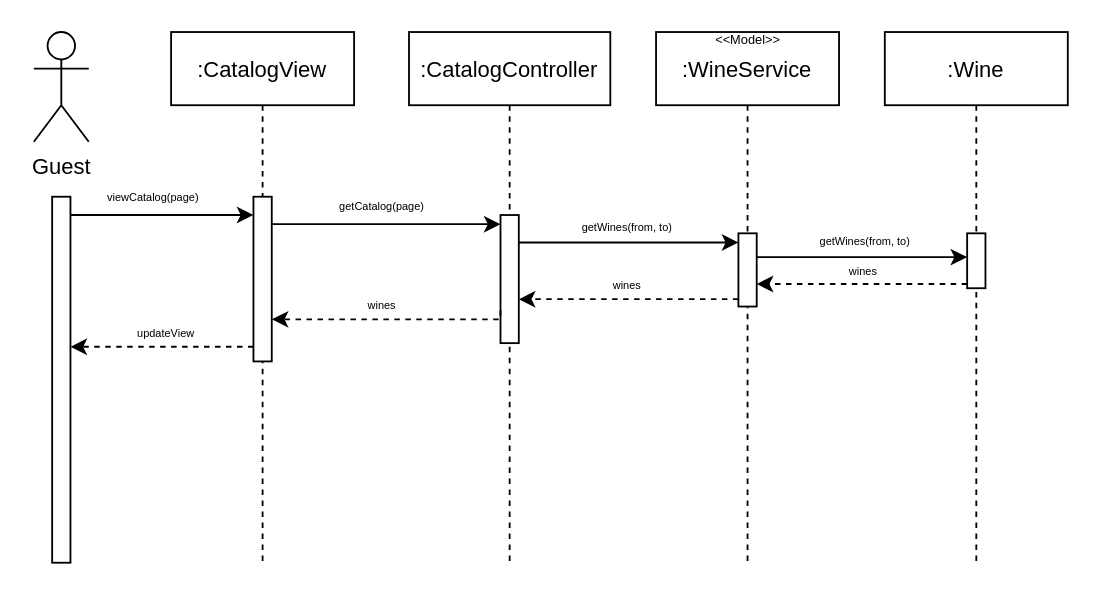
This is page "Catalog" (1 of 3) of Docs/Requirements Analysis/Diagrams/Sequence Diagrams/Catalogo/Winer.Catalogo.drawio from Gprisco/winer-unisa, a draw.io file, before an edit. Source tidied: cells renumbered, new cells numbered last; positions are measured from the earlier drawing's top-left corner, leaving out a move shared by most shapes. Both pictures are drawn from the tidied source at 183%, with x=0, y=0 at pixel (33, 31).
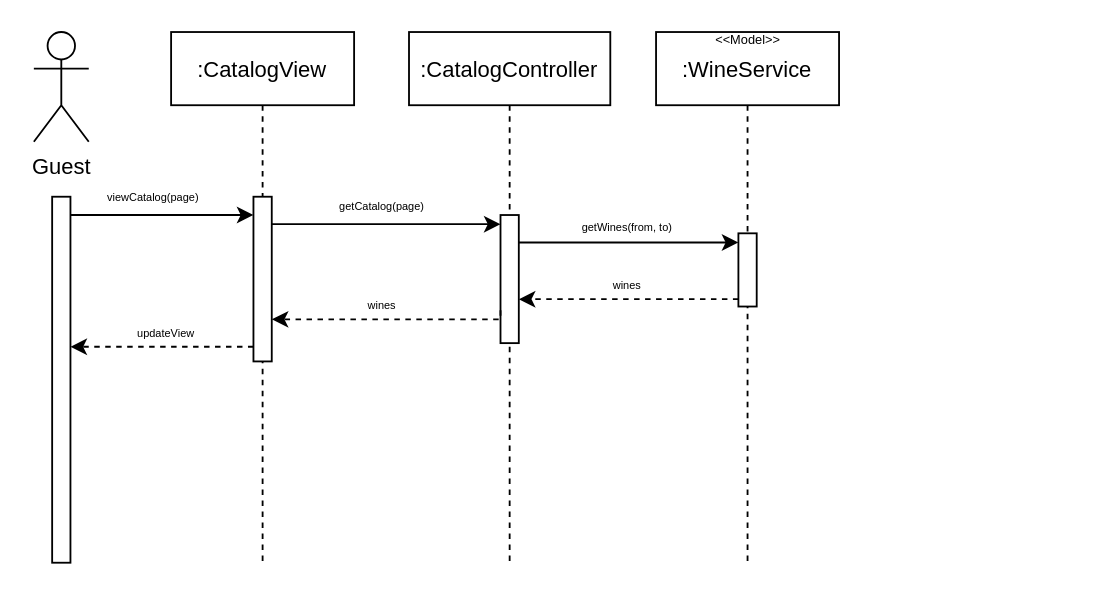
After the change.

Diff of the diagram source:
```diff
@@
-    <mxCell id="23" value=":Wine" style="shape=umlLifeline;perimeter=lifelinePerimeter;rounded=0;shadow=0;strokeWidth=1;" parent="1" vertex="1">
-      <mxGeometry x="465" width="100" height="290" as="geometry" />
-    </mxCell>
-    <mxCell id="24" style="perimeter=orthogonalPerimeter;rounded=0;shadow=0;strokeWidth=1;" parent="23" vertex="1">
-      <mxGeometry x="45" y="110" width="10" height="30" as="geometry" />
-    </mxCell>
-    <mxCell id="25" value="wines" style="text;html=1;align=center;verticalAlign=middle;strokeColor=none;fillColor=none;fontSize=6;" parent="1" vertex="1">
-      <mxGeometry x="438" y="125.7" width="30" height="10" as="geometry" />
-    </mxCell>
-    <mxCell id="26" style="edgeStyle=orthogonalEdgeStyle;rounded=0;orthogonalLoop=1;jettySize=auto;html=1;dashed=1;" parent="1" edge="1">
-      <mxGeometry relative="1" as="geometry">
-        <mxPoint x="510" y="137.7" as="sourcePoint" />
-        <mxPoint x="395" y="137.7" as="targetPoint" />
-        <Array as="points">
-          <mxPoint x="453" y="138" />
-        </Array>
-      </mxGeometry>
-    </mxCell>
-    <mxCell id="27" value="getWines(from, to)" style="text;html=1;align=center;verticalAlign=middle;strokeColor=none;fillColor=none;fontSize=6;" parent="1" vertex="1">
-      <mxGeometry x="424" y="109.7" width="60" height="10" as="geometry" />
-    </mxCell>
-    <mxCell id="28" style="edgeStyle=orthogonalEdgeStyle;rounded=0;orthogonalLoop=1;jettySize=auto;html=1;" parent="1" edge="1">
-      <mxGeometry relative="1" as="geometry">
-        <mxPoint x="415" y="123" as="sourcePoint" />
-        <mxPoint x="510" y="123" as="targetPoint" />
-        <Array as="points">
-          <mxPoint x="395" y="123" />
-        </Array>
-      </mxGeometry>
-    </mxCell>
```
